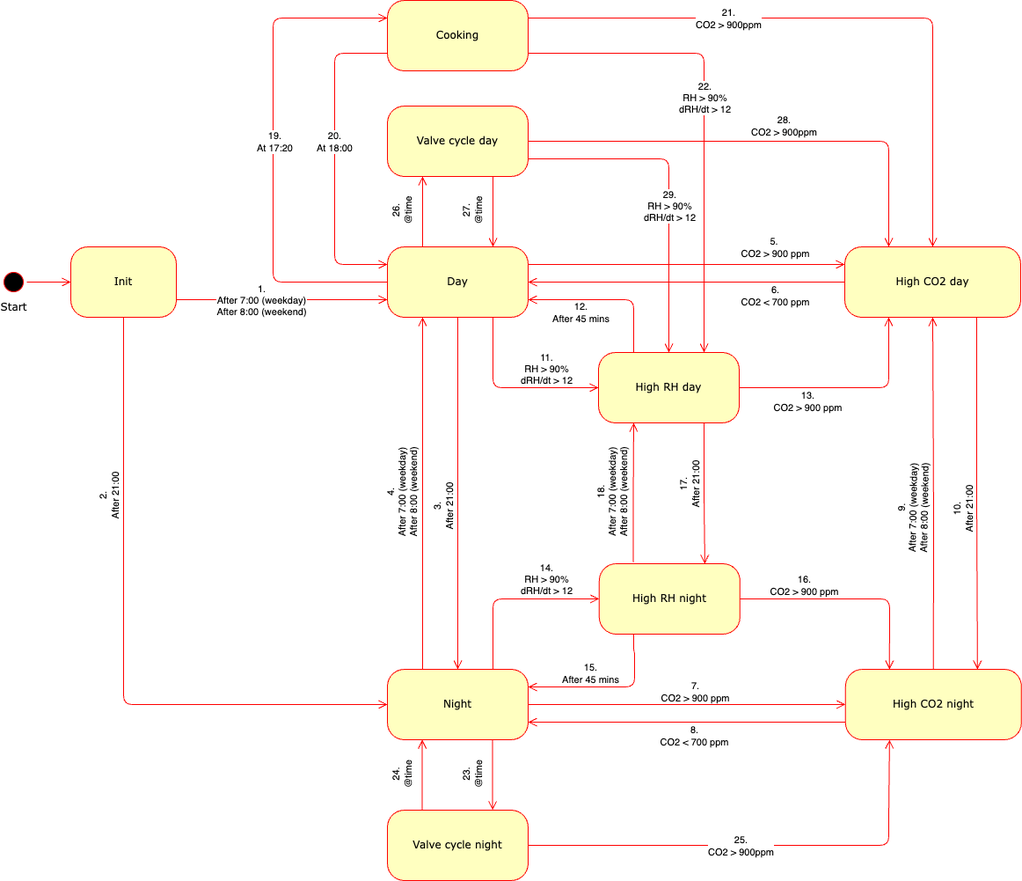
Above: design docs/statemachine.png in PeterLourens/OSVentilationPy (draw.io), before the change. Source tidied: cells renumbered, new cells last; positions are measured from the earlier drawing's top-left corner, leaving out a move shared by most shapes.
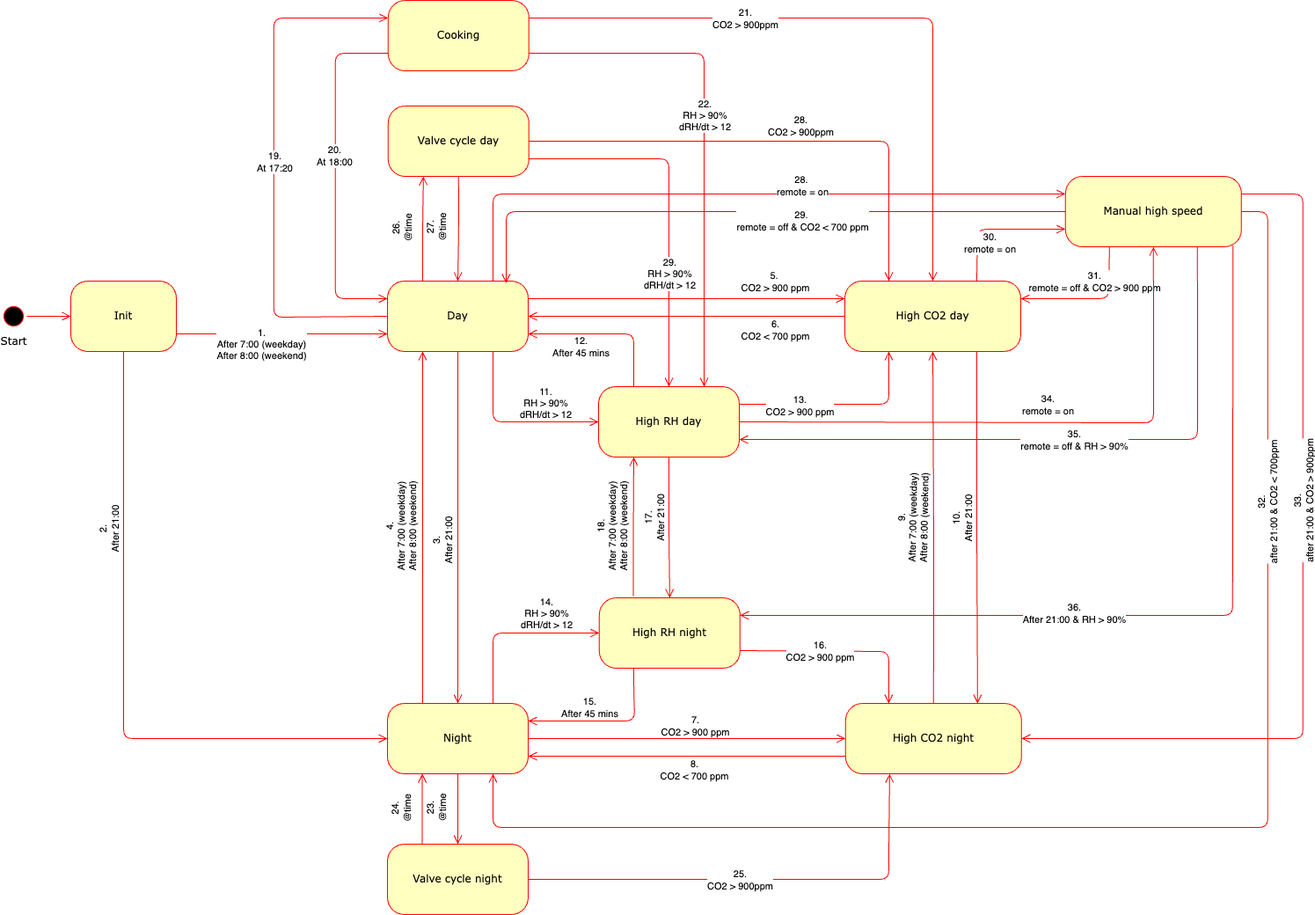
After the change.

Commit message:
updated statemachine drawing and state transistion matrix

The edit, as a diff of the source:
```diff
@@ -89,7 +89,7 @@
     </mxCell>
     <mxCell id="24" value="9.&lt;div&gt;After 7:00 (weekday)&lt;div&gt;After 8:00 (weekend)&lt;/div&gt;&lt;/div&gt;" style="edgeLabel;html=1;align=center;verticalAlign=middle;rotation=-89;" parent="23" vertex="1">
       <mxGeometry x="-0.15" relative="1" as="geometry">
-        <mxPoint x="-24" y="-12" as="offset" />
+        <mxPoint x="-24" y="-39" as="offset" />
       </mxGeometry>
     </mxCell>
     <mxCell id="25" style="edgeStyle=orthogonalEdgeStyle;html=1;exitX=0.75;exitY=1;labelBackgroundColor=none;endArrow=open;endSize=8;strokeColor=#ff0000;fontFamily=Verdana;fontSize=12;align=left;entryX=0.75;entryY=0;entryDx=0;entryDy=0;exitDx=0;exitDy=0;" parent="1" edge="1" source="11" target="18">
@@ -97,7 +97,7 @@
     </mxCell>
     <mxCell id="26" value="10.&lt;div&gt;After 21:00&lt;/div&gt;" style="edgeLabel;html=1;align=center;verticalAlign=middle;rotation=-90;" parent="25" vertex="1">
       <mxGeometry x="0.2" relative="1" as="geometry">
-        <mxPoint x="-17" y="-21" as="offset" />
+        <mxPoint x="-17" y="-48" as="offset" />
       </mxGeometry>
     </mxCell>
     <mxCell id="27" value="High RH day" style="rounded=1;whiteSpace=wrap;html=1;arcSize=24;fillColor=#ffffc0;strokeColor=#ff0000;shadow=0;comic=0;labelBackgroundColor=none;fontFamily=Verdana;fontSize=12;fontColor=#000000;align=center;" parent="1" vertex="1">
@@ -157,32 +157,33 @@
         <mxPoint x="-35" y="-15" as="offset" />
       </mxGeometry>
     </mxCell>
-    <mxCell id="37" style="edgeStyle=orthogonalEdgeStyle;html=1;labelBackgroundColor=none;endArrow=open;endSize=8;strokeColor=#ff0000;fontFamily=Verdana;fontSize=12;align=left;entryX=0.25;entryY=0;entryDx=0;entryDy=0;exitX=1;exitY=0.5;exitDx=0;exitDy=0;" parent="1" edge="1" source="32" target="18">
+    <mxCell id="37" style="edgeStyle=orthogonalEdgeStyle;html=1;labelBackgroundColor=none;endArrow=open;endSize=8;strokeColor=#ff0000;fontFamily=Verdana;fontSize=12;align=left;entryX=0.25;entryY=0;entryDx=0;entryDy=0;exitX=1;exitY=0.75;exitDx=0;exitDy=0;" parent="1" edge="1" source="32" target="18">
       <mxGeometry relative="1" as="geometry">
         <Array as="points">
-          <mxPoint x="1010" y="680" />
-          <mxPoint x="1010" y="760" />
+          <mxPoint x="840.9" y="701" />
+          <mxPoint x="1009.9" y="701" />
+          <mxPoint x="1009.9" y="760" />
         </Array>
       </mxGeometry>
     </mxCell>
     <mxCell id="38" value="16.&lt;div&gt;CO2 &amp;gt; 900 ppm&lt;/div&gt;" style="edgeLabel;html=1;align=center;verticalAlign=middle;" parent="37" vertex="1">
       <mxGeometry x="-0.15" y="-1" relative="1" as="geometry">
-        <mxPoint x="-33" y="-17" as="offset" />
+        <mxPoint x="-7" y="-1" as="offset" />
       </mxGeometry>
     </mxCell>
-    <mxCell id="39" style="edgeStyle=orthogonalEdgeStyle;html=1;labelBackgroundColor=none;endArrow=open;endSize=8;strokeColor=#ff0000;fontFamily=Verdana;fontSize=12;align=left;exitX=1;exitY=0.5;exitDx=0;exitDy=0;entryX=0.25;entryY=1;entryDx=0;entryDy=0;" parent="1" edge="1" source="27" target="11">
+    <mxCell id="39" style="edgeStyle=orthogonalEdgeStyle;html=1;labelBackgroundColor=none;endArrow=open;endSize=8;strokeColor=#ff0000;fontFamily=Verdana;fontSize=12;align=left;exitX=1;exitY=0.25;exitDx=0;exitDy=0;entryX=0.25;entryY=1;entryDx=0;entryDy=0;" parent="1" edge="1" source="27" target="11">
       <mxGeometry relative="1" as="geometry">
         <Array as="points">
-          <mxPoint x="1010" y="440" />
+          <mxPoint x="1009.9" y="420" />
         </Array>
       </mxGeometry>
     </mxCell>
     <mxCell id="40" value="13.&lt;div&gt;CO2 &amp;gt; 900 ppm&lt;/div&gt;" style="edgeLabel;html=1;align=center;verticalAlign=middle;" parent="39" vertex="1">
       <mxGeometry x="-0.15" y="-1" relative="1" as="geometry">
-        <mxPoint x="-29" y="14" as="offset" />
+        <mxPoint x="-29" as="offset" />
       </mxGeometry>
     </mxCell>
-    <mxCell id="41" style="edgeStyle=orthogonalEdgeStyle;html=1;exitX=0.75;exitY=1;labelBackgroundColor=none;endArrow=open;endSize=8;strokeColor=#ff0000;fontFamily=Verdana;fontSize=12;align=left;exitDx=0;exitDy=0;entryX=0.75;entryY=0;entryDx=0;entryDy=0;" parent="1" edge="1" source="27" target="32">
+    <mxCell id="41" style="edgeStyle=orthogonalEdgeStyle;html=1;exitX=0.5;exitY=1;labelBackgroundColor=none;endArrow=open;endSize=8;strokeColor=#ff0000;fontFamily=Verdana;fontSize=12;align=left;exitDx=0;exitDy=0;entryX=0.5;entryY=0;entryDx=0;entryDy=0;" parent="1" edge="1" source="27" target="32">
       <mxGeometry relative="1" as="geometry" />
     </mxCell>
     <mxCell id="42" value="17.&lt;div&gt;After 21:00&lt;/div&gt;" style="edgeLabel;html=1;align=center;verticalAlign=middle;rotation=-90;" parent="41" vertex="1">
@@ -208,16 +209,17 @@
       <mxGeometry x="440" y="920" width="160" height="80" as="geometry" />
     </mxCell>
     <mxCell id="46" value="Valve cycle day" style="rounded=1;whiteSpace=wrap;html=1;arcSize=24;fillColor=#ffffc0;strokeColor=#ff0000;shadow=0;comic=0;labelBackgroundColor=none;fontFamily=Verdana;fontSize=12;fontColor=#000000;align=center;" parent="1" vertex="1">
-      <mxGeometry x="440" y="120" width="160" height="80" as="geometry" />
+      <mxGeometry x="440.9" y="81" width="160" height="80" as="geometry" />
     </mxCell>
     <mxCell id="47" value="Cooking" style="rounded=1;whiteSpace=wrap;html=1;arcSize=24;fillColor=#ffffc0;strokeColor=#ff0000;shadow=0;comic=0;labelBackgroundColor=none;fontFamily=Verdana;fontSize=12;fontColor=#000000;align=center;" parent="1" vertex="1">
-      <mxGeometry x="440" width="160" height="80" as="geometry" />
+      <mxGeometry x="440.9" y="-39" width="160" height="80" as="geometry" />
     </mxCell>
     <mxCell id="48" style="edgeStyle=orthogonalEdgeStyle;html=1;labelBackgroundColor=none;endArrow=open;endSize=8;strokeColor=#ff0000;fontFamily=Verdana;fontSize=12;align=left;entryX=0;entryY=0.25;entryDx=0;entryDy=0;exitX=0;exitY=0.5;exitDx=0;exitDy=0;" parent="1" edge="1" source="9" target="47">
       <mxGeometry relative="1" as="geometry">
         <Array as="points">
-          <mxPoint x="310" y="320" />
-          <mxPoint x="310" y="20" />
+          <mxPoint x="439.9" y="321" />
+          <mxPoint x="310.9" y="321" />
+          <mxPoint x="310.9" y="-19" />
         </Array>
       </mxGeometry>
     </mxCell>
@@ -231,14 +233,14 @@
     </mxCell>
     <mxCell id="51" value="1.&lt;div&gt;After 7:00 (weekday)&lt;div&gt;After 8:00 (weekend)&lt;/div&gt;&lt;/div&gt;" style="edgeLabel;html=1;align=center;verticalAlign=middle;rotation=0;" parent="50" vertex="1">
       <mxGeometry relative="1" as="geometry">
-        <mxPoint x="-24" as="offset" />
+        <mxPoint x="-24" y="11" as="offset" />
       </mxGeometry>
     </mxCell>
     <mxCell id="52" style="edgeStyle=orthogonalEdgeStyle;html=1;labelBackgroundColor=none;endArrow=open;endSize=8;strokeColor=#ff0000;fontFamily=Verdana;fontSize=12;align=left;entryX=0;entryY=0.25;entryDx=0;entryDy=0;exitX=0;exitY=0.75;exitDx=0;exitDy=0;" parent="1" edge="1" source="47" target="9">
       <mxGeometry relative="1" as="geometry">
         <Array as="points">
-          <mxPoint x="380" y="60" />
-          <mxPoint x="380" y="300" />
+          <mxPoint x="380.9" y="21" />
+          <mxPoint x="380.9" y="300" />
         </Array>
       </mxGeometry>
     </mxCell>
@@ -255,7 +257,7 @@
         <mxPoint x="-24" as="offset" />
       </mxGeometry>
     </mxCell>
-    <mxCell id="56" style="edgeStyle=orthogonalEdgeStyle;html=1;exitX=0.75;exitY=1;labelBackgroundColor=none;endArrow=open;endSize=8;strokeColor=#ff0000;fontFamily=Verdana;fontSize=12;align=left;entryX=0.75;entryY=0;entryDx=0;entryDy=0;exitDx=0;exitDy=0;" parent="1" edge="1" source="46" target="9">
+    <mxCell id="56" style="edgeStyle=orthogonalEdgeStyle;html=1;exitX=0.5;exitY=1;labelBackgroundColor=none;endArrow=open;endSize=8;strokeColor=#ff0000;fontFamily=Verdana;fontSize=12;align=left;entryX=0.5;entryY=0;entryDx=0;entryDy=0;exitDx=0;exitDy=0;" parent="1" edge="1" source="46" target="9">
       <mxGeometry relative="1" as="geometry" />
     </mxCell>
     <mxCell id="57" value="27.&lt;div&gt;@time&lt;/div&gt;" style="edgeLabel;html=1;align=center;verticalAlign=middle;rotation=-90;" parent="56" vertex="1">
@@ -274,11 +276,8 @@
         <mxPoint x="-24" as="offset" />
       </mxGeometry>
     </mxCell>
-    <mxCell id="60" style="edgeStyle=orthogonalEdgeStyle;html=1;exitX=0.75;exitY=1;labelBackgroundColor=none;endArrow=open;endSize=8;strokeColor=#ff0000;fontFamily=Verdana;fontSize=12;align=left;entryX=0.75;entryY=0;entryDx=0;entryDy=0;exitDx=0;exitDy=0;" parent="1" edge="1">
-      <mxGeometry relative="1" as="geometry">
-        <mxPoint x="559.6" y="840" as="sourcePoint" />
-        <mxPoint x="559.6" y="920" as="targetPoint" />
-      </mxGeometry>
+    <mxCell id="60" style="edgeStyle=orthogonalEdgeStyle;html=1;exitX=0.5;exitY=1;labelBackgroundColor=none;endArrow=open;endSize=8;strokeColor=#ff0000;fontFamily=Verdana;fontSize=12;align=left;entryX=0.5;entryY=0;entryDx=0;entryDy=0;exitDx=0;exitDy=0;" parent="1" edge="1" source="10" target="45">
+      <mxGeometry relative="1" as="geometry" />
     </mxCell>
     <mxCell id="61" value="23.&lt;div&gt;@time&lt;/div&gt;" style="edgeLabel;html=1;align=center;verticalAlign=middle;rotation=-90;" parent="60" vertex="1">
       <mxGeometry relative="1" as="geometry">
@@ -296,13 +295,13 @@
     <mxCell id="64" style="edgeStyle=orthogonalEdgeStyle;html=1;exitX=1;exitY=0.75;labelBackgroundColor=none;endArrow=open;endSize=8;strokeColor=#ff0000;fontFamily=Verdana;fontSize=12;align=left;entryX=0.5;entryY=0;entryDx=0;entryDy=0;exitDx=0;exitDy=0;" parent="1" edge="1" source="46" target="27">
       <mxGeometry relative="1" as="geometry">
         <Array as="points">
-          <mxPoint x="760" y="180" />
+          <mxPoint x="760.9" y="141" />
         </Array>
       </mxGeometry>
     </mxCell>
     <mxCell id="65" value="29.&lt;div&gt;RH &amp;gt; 90%&lt;div&gt;dRH/dt &amp;gt; 12&lt;/div&gt;&lt;/div&gt;" style="edgeLabel;html=1;align=center;verticalAlign=middle;rotation=0;" parent="64" vertex="1">
       <mxGeometry relative="1" as="geometry">
-        <mxPoint y="23" as="offset" />
+        <mxPoint y="80" as="offset" />
       </mxGeometry>
     </mxCell>
     <mxCell id="66" style="edgeStyle=orthogonalEdgeStyle;html=1;exitX=1;exitY=0.25;labelBackgroundColor=none;endArrow=open;endSize=8;strokeColor=#ff0000;fontFamily=Verdana;fontSize=12;align=left;entryX=0.5;entryY=0;entryDx=0;entryDy=0;exitDx=0;exitDy=0;" parent="1" edge="1" source="47" target="11">
@@ -329,7 +328,7 @@
     <mxCell id="70" style="edgeStyle=orthogonalEdgeStyle;html=1;exitX=1;exitY=0.75;labelBackgroundColor=none;endArrow=open;endSize=8;strokeColor=#ff0000;fontFamily=Verdana;fontSize=12;align=left;entryX=0.75;entryY=0;entryDx=0;entryDy=0;exitDx=0;exitDy=0;" parent="1" edge="1" source="47" target="27">
       <mxGeometry relative="1" as="geometry">
         <Array as="points">
-          <mxPoint x="800" y="60" />
+          <mxPoint x="800.9" y="21" />
         </Array>
       </mxGeometry>
     </mxCell>
@@ -338,5 +337,124 @@
         <mxPoint y="-20" as="offset" />
       </mxGeometry>
     </mxCell>
+    <mxCell id="72" value="Manual high speed" style="rounded=1;whiteSpace=wrap;html=1;arcSize=24;fillColor=#ffffc0;strokeColor=#ff0000;shadow=0;comic=0;labelBackgroundColor=none;fontFamily=Verdana;fontSize=12;fontColor=#000000;align=center;" parent="1" vertex="1">
+      <mxGeometry x="1210.9" y="161" width="200" height="80" as="geometry" />
+    </mxCell>
+    <mxCell id="73" style="edgeStyle=orthogonalEdgeStyle;html=1;exitX=0.75;exitY=0;labelBackgroundColor=none;endArrow=open;endSize=8;strokeColor=#ff0000;fontFamily=Verdana;fontSize=12;align=left;exitDx=0;exitDy=0;entryX=0;entryY=0.25;entryDx=0;entryDy=0;" parent="1" edge="1" source="9" target="72">
+      <mxGeometry relative="1" as="geometry">
+        <Array as="points">
+          <mxPoint x="559.9" y="181" />
+        </Array>
+      </mxGeometry>
+    </mxCell>
+    <mxCell id="74" value="28.&amp;nbsp;&lt;div&gt;remote = on&lt;/div&gt;" style="edgeLabel;html=1;align=center;verticalAlign=middle;" parent="73" vertex="1">
+      <mxGeometry relative="1" as="geometry">
+        <mxPoint x="75" y="-10" as="offset" />
+      </mxGeometry>
+    </mxCell>
+    <mxCell id="75" style="edgeStyle=orthogonalEdgeStyle;html=1;exitX=0;exitY=0.5;labelBackgroundColor=none;endArrow=open;endSize=8;strokeColor=#ff0000;fontFamily=Verdana;fontSize=12;align=left;exitDx=0;exitDy=0;entryX=0.843;entryY=0.025;entryDx=0;entryDy=0;entryPerimeter=0;" parent="1" edge="1" source="72" target="9">
+      <mxGeometry relative="1" as="geometry">
+        <Array as="points">
+          <mxPoint x="574.9" y="201" />
+        </Array>
+      </mxGeometry>
+    </mxCell>
+    <mxCell id="76" value="29.&amp;nbsp;&lt;div&gt;remote = off &amp;amp; CO2 &amp;lt; 700 ppm&lt;/div&gt;" style="edgeLabel;html=1;align=center;verticalAlign=middle;" parent="75" vertex="1">
+      <mxGeometry relative="1" as="geometry">
+        <mxPoint x="59" y="10" as="offset" />
+      </mxGeometry>
+    </mxCell>
+    <mxCell id="77" style="edgeStyle=orthogonalEdgeStyle;html=1;labelBackgroundColor=none;endArrow=open;endSize=8;strokeColor=#ff0000;fontFamily=Verdana;fontSize=12;align=left;exitX=0.75;exitY=0;exitDx=0;exitDy=0;entryX=0;entryY=0.75;entryDx=0;entryDy=0;" parent="1" edge="1" source="11" target="72">
+      <mxGeometry relative="1" as="geometry">
+        <Array as="points">
+          <mxPoint x="1109.9" y="281" />
+          <mxPoint x="1110.9" y="281" />
+          <mxPoint x="1110.9" y="221" />
+        </Array>
+      </mxGeometry>
+    </mxCell>
+    <mxCell id="78" value="30.&lt;div&gt;remote = on&lt;/div&gt;" style="edgeLabel;html=1;align=center;verticalAlign=middle;" parent="77" vertex="1">
+      <mxGeometry x="-0.15" y="-1" relative="1" as="geometry">
+        <mxPoint x="5" y="14" as="offset" />
+      </mxGeometry>
+    </mxCell>
+    <mxCell id="79" style="edgeStyle=orthogonalEdgeStyle;html=1;labelBackgroundColor=none;endArrow=open;endSize=8;strokeColor=#ff0000;fontFamily=Verdana;fontSize=12;align=left;exitX=0.25;exitY=1;exitDx=0;exitDy=0;entryX=1;entryY=0.25;entryDx=0;entryDy=0;" parent="1" edge="1" source="72" target="11">
+      <mxGeometry relative="1" as="geometry">
+        <Array as="points">
+          <mxPoint x="1259.9" y="241" />
+          <mxPoint x="1259.9" y="300" />
+        </Array>
+      </mxGeometry>
+    </mxCell>
+    <mxCell id="80" value="31.&lt;div&gt;remote = off &amp;amp; CO2 &amp;gt; 900 ppm&lt;/div&gt;" style="edgeLabel;html=1;align=center;verticalAlign=middle;" parent="79" vertex="1">
+      <mxGeometry x="-0.15" y="-1" relative="1" as="geometry">
+        <mxPoint x="-8" y="-19" as="offset" />
+      </mxGeometry>
+    </mxCell>
+    <mxCell id="81" style="edgeStyle=orthogonalEdgeStyle;html=1;labelBackgroundColor=none;endArrow=open;endSize=8;strokeColor=#ff0000;fontFamily=Verdana;fontSize=12;align=left;exitX=1;exitY=0.5;exitDx=0;exitDy=0;entryX=0.75;entryY=1;entryDx=0;entryDy=0;" parent="1" edge="1" source="72" target="10">
+      <mxGeometry relative="1" as="geometry">
+        <Array as="points">
+          <mxPoint x="1440.9" y="201" />
+          <mxPoint x="1440.9" y="901" />
+          <mxPoint x="559.9" y="901" />
+        </Array>
+      </mxGeometry>
+    </mxCell>
+    <mxCell id="82" value="32.&lt;div&gt;after 21:00 &amp;amp; CO2 &amp;lt; 700ppm&lt;/div&gt;" style="edgeLabel;html=1;align=center;verticalAlign=middle;rotation=270;" parent="81" vertex="1">
+      <mxGeometry x="-0.15" y="-1" relative="1" as="geometry">
+        <mxPoint x="1" y="-350" as="offset" />
+      </mxGeometry>
+    </mxCell>
+    <mxCell id="83" style="edgeStyle=orthogonalEdgeStyle;html=1;labelBackgroundColor=none;endArrow=open;endSize=8;strokeColor=#ff0000;fontFamily=Verdana;fontSize=12;align=left;exitX=1;exitY=0.25;exitDx=0;exitDy=0;entryX=1;entryY=0.5;entryDx=0;entryDy=0;" parent="1" edge="1" source="72" target="18">
+      <mxGeometry relative="1" as="geometry">
+        <Array as="points">
+          <mxPoint x="1480.9" y="181" />
+          <mxPoint x="1480.9" y="800" />
+        </Array>
+      </mxGeometry>
+    </mxCell>
+    <mxCell id="84" value="33.&lt;div&gt;after 21:00 &amp;amp; CO2 &amp;gt; 900ppm&lt;/div&gt;" style="edgeLabel;html=1;align=center;verticalAlign=middle;rotation=-90;" parent="83" vertex="1">
+      <mxGeometry x="-0.15" y="-1" relative="1" as="geometry">
+        <mxPoint x="1" y="-9" as="offset" />
+      </mxGeometry>
+    </mxCell>
+    <mxCell id="85" style="edgeStyle=orthogonalEdgeStyle;html=1;labelBackgroundColor=none;endArrow=open;endSize=8;strokeColor=#ff0000;fontFamily=Verdana;fontSize=12;align=left;exitX=1;exitY=0.5;exitDx=0;exitDy=0;entryX=0.5;entryY=1;entryDx=0;entryDy=0;" parent="1" edge="1" source="27" target="72">
+      <mxGeometry relative="1" as="geometry">
+        <Array as="points">
+          <mxPoint x="839.9" y="441" />
+          <mxPoint x="1310.9" y="441" />
+        </Array>
+      </mxGeometry>
+    </mxCell>
+    <mxCell id="86" value="34.&lt;div&gt;remote = on&lt;/div&gt;" style="edgeLabel;html=1;align=center;verticalAlign=middle;" parent="85" vertex="1">
+      <mxGeometry x="-0.15" y="-1" relative="1" as="geometry">
+        <mxPoint x="66" y="-21" as="offset" />
+      </mxGeometry>
+    </mxCell>
+    <mxCell id="87" style="edgeStyle=orthogonalEdgeStyle;html=1;labelBackgroundColor=none;endArrow=open;endSize=8;strokeColor=#ff0000;fontFamily=Verdana;fontSize=12;align=left;exitX=0.75;exitY=1;exitDx=0;exitDy=0;entryX=1;entryY=0.75;entryDx=0;entryDy=0;" parent="1" edge="1" source="72" target="27">
+      <mxGeometry relative="1" as="geometry">
+        <Array as="points">
+          <mxPoint x="1360.9" y="460" />
+        </Array>
+      </mxGeometry>
+    </mxCell>
+    <mxCell id="88" value="35.&lt;div&gt;remote = off &amp;amp; RH &amp;gt; 90%&lt;/div&gt;" style="edgeLabel;html=1;align=center;verticalAlign=middle;" parent="87" vertex="1">
+      <mxGeometry x="-0.15" y="-1" relative="1" as="geometry">
+        <mxPoint x="-45" y="1" as="offset" />
+      </mxGeometry>
+    </mxCell>
+    <mxCell id="89" style="edgeStyle=orthogonalEdgeStyle;html=1;labelBackgroundColor=none;endArrow=open;endSize=8;strokeColor=#ff0000;fontFamily=Verdana;fontSize=12;align=left;exitX=0.952;exitY=0.983;exitDx=0;exitDy=0;entryX=1;entryY=0.25;entryDx=0;entryDy=0;exitPerimeter=0;" parent="1" edge="1" source="72" target="32">
+      <mxGeometry relative="1" as="geometry">
+        <Array as="points">
+          <mxPoint x="1400.9" y="291" />
+          <mxPoint x="1400.9" y="660" />
+        </Array>
+      </mxGeometry>
+    </mxCell>
+    <mxCell id="90" value="36.&lt;div&gt;After 21:00 &amp;amp; RH &amp;gt; 90%&lt;/div&gt;" style="edgeLabel;html=1;align=center;verticalAlign=middle;" parent="89" vertex="1">
+      <mxGeometry x="-0.15" y="-1" relative="1" as="geometry">
+        <mxPoint x="-179" y="1" as="offset" />
+      </mxGeometry>
+    </mxCell>
   </root>
 </mxGraphModel>
```
